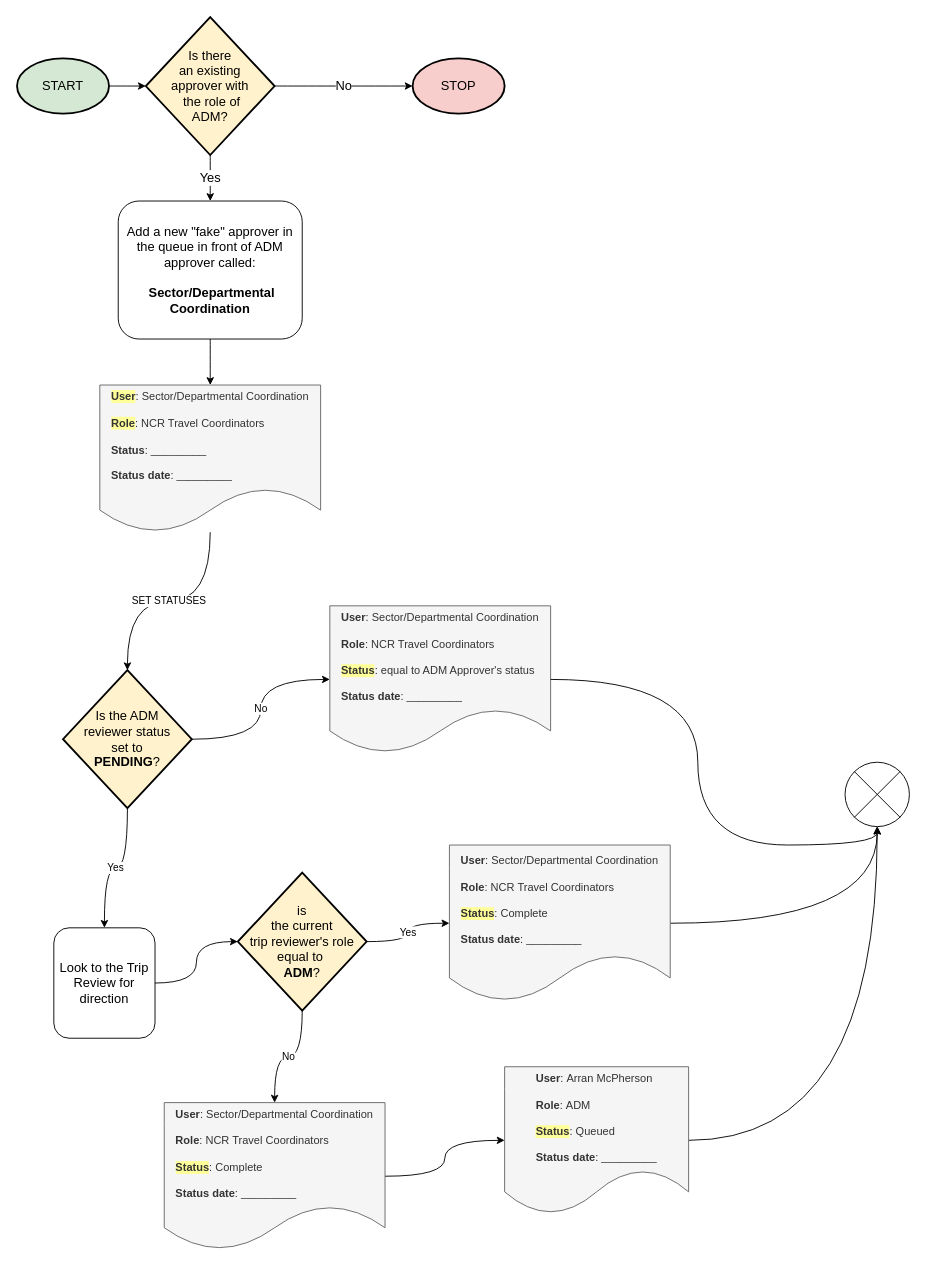
Above: TravelCoordinationApproverInsertionDiagram.drawio in davjfish/diagrams (draw.io), before the change. Source tidied: cells renumbered, new cells numbered last; positions are measured from the earlier drawing's top-left corner, leaving out a move shared by most shapes. Both pictures are drawn from the tidied source at 92%, with x=0, y=0 at pixel (17, 17).
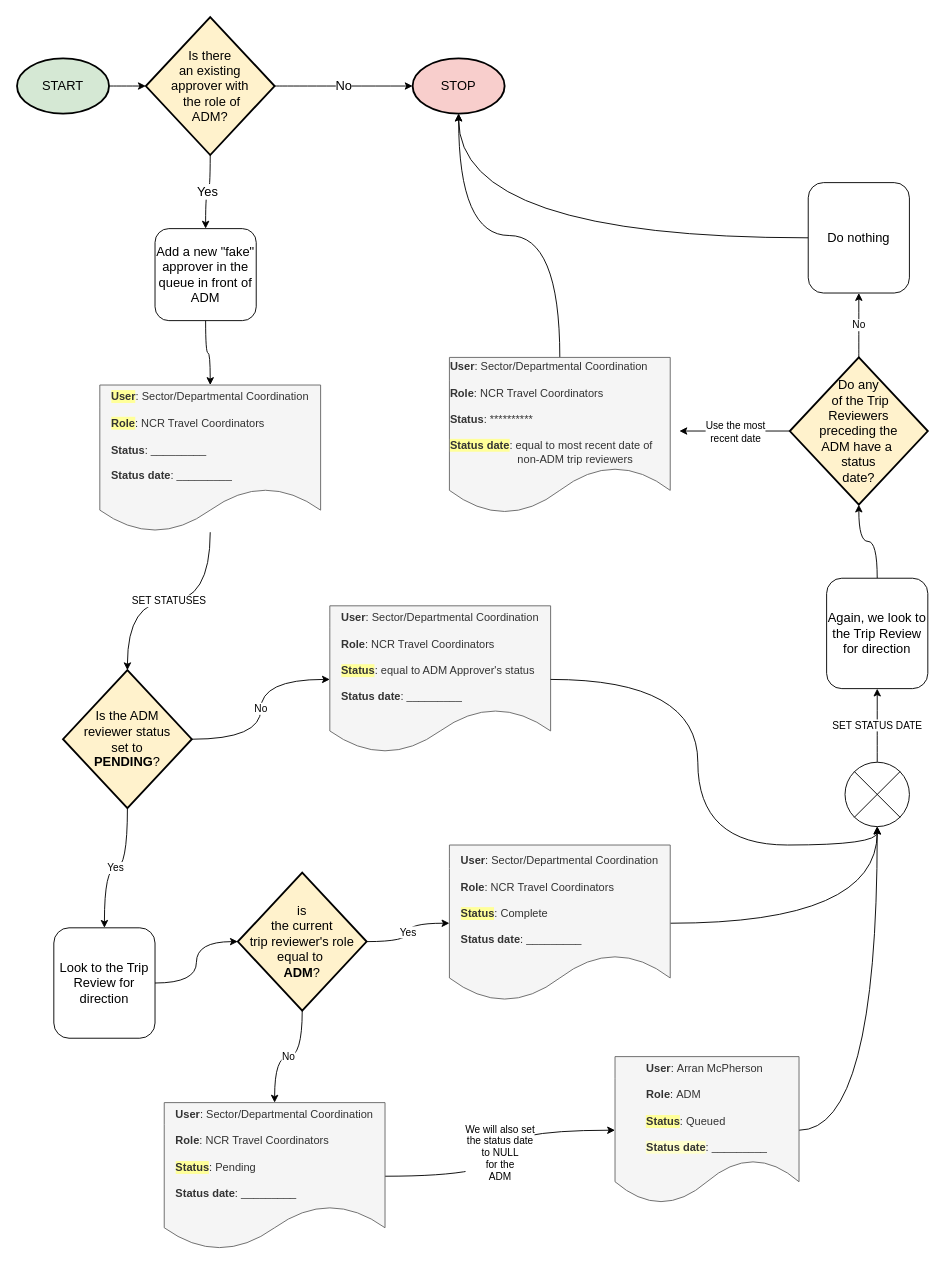
The same diagram, later.

The change refers to these unchanged cells:
```xml
<mxCell id="7" value="STOP" style="strokeWidth=2;html=1;shape=mxgraph.flowchart.start_1;whiteSpace=wrap;fontSize=14;fillColor=#F8CECC;" parent="1" vertex="1">
  <mxGeometry x="430" y="45" width="100" height="60" as="geometry" />
</mxCell>
<mxCell id="27" style="verticalLabelPosition=bottom;verticalAlign=top;html=1;shape=mxgraph.flowchart.or;" parent="1" vertex="1">
  <mxGeometry x="900" y="810" width="70" height="70" as="geometry" />
</mxCell>
```

Diff of the diagram source:
```diff
@@
-    <mxCell id="10" value="Add a new &quot;fake&quot; approver in the queue in front of ADM approver called:&lt;br&gt;&lt;br&gt;&amp;nbsp;&lt;b&gt;Sector/Departmental Coordination&lt;/b&gt;" style="rounded=1;whiteSpace=wrap;html=1;fontSize=14;" parent="1" vertex="1">
-      <mxGeometry x="110" y="200" width="200" height="150" as="geometry" />
+    <mxCell id="10" value="Add a new &quot;fake&quot; approver in the queue in front of ADM" style="rounded=1;whiteSpace=wrap;html=1;fontSize=14;" parent="1" vertex="1">
+      <mxGeometry x="150" y="230" width="110" height="100" as="geometry" />
     </mxCell>
@@
-    <mxCell id="23" style="edgeStyle=orthogonalEdgeStyle;rounded=0;jettySize=auto;html=1;curved=1;" parent="1" edge="1" source="24" target="26">
+    <mxCell id="23" value="We will also set &lt;br&gt;the status date &lt;br&gt;to NULL &lt;br&gt;for the &lt;br&gt;ADM" style="edgeStyle=orthogonalEdgeStyle;rounded=0;jettySize=auto;html=1;curved=1;" parent="1" edge="1" source="24" target="26">
       <mxGeometry relative="1" as="geometry" />
     </mxCell>
-    <mxCell id="24" value="&lt;div style=&quot;text-align: left;&quot;&gt;&lt;b style=&quot;background-color: initial;&quot;&gt;User&lt;/b&gt;&lt;span style=&quot;background-color: initial;&quot;&gt;:&amp;nbsp;Sector/Departmental Coordination&lt;/span&gt;&lt;br&gt;&lt;/div&gt;&lt;div style=&quot;text-align: left;&quot;&gt;&lt;br&gt;&lt;/div&gt;&lt;div style=&quot;text-align: left;&quot;&gt;&lt;b&gt;Role&lt;/b&gt;:&amp;nbsp;NCR Travel Coordinators&lt;/div&gt;&lt;div style=&quot;text-align: left;&quot;&gt;&lt;br&gt;&lt;/div&gt;&lt;div style=&quot;text-align: left;&quot;&gt;&lt;b style=&quot;background-color: rgb(255, 255, 153);&quot;&gt;Status&lt;/b&gt;: Complete&lt;/div&gt;&lt;div style=&quot;text-align: left;&quot;&gt;&lt;span style=&quot;background-color: initial;&quot;&gt;&lt;br&gt;&lt;/span&gt;&lt;/div&gt;&lt;div style=&quot;text-align: left;&quot;&gt;&lt;b style=&quot;&quot;&gt;Status date&lt;/b&gt;: _________&lt;span style=&quot;background-color: initial;&quot;&gt;&lt;br&gt;&lt;/span&gt;&lt;/div&gt;" style="shape=document;whiteSpace=wrap;html=1;boundedLbl=1;fillColor=#f5f5f5;fontColor=#333333;strokeColor=#666666;" parent="1" vertex="1">
+    <mxCell id="24" value="&lt;div style=&quot;text-align: left;&quot;&gt;&lt;b style=&quot;background-color: initial;&quot;&gt;User&lt;/b&gt;&lt;span style=&quot;background-color: initial;&quot;&gt;:&amp;nbsp;Sector/Departmental Coordination&lt;/span&gt;&lt;br&gt;&lt;/div&gt;&lt;div style=&quot;text-align: left;&quot;&gt;&lt;br&gt;&lt;/div&gt;&lt;div style=&quot;text-align: left;&quot;&gt;&lt;b&gt;Role&lt;/b&gt;:&amp;nbsp;NCR Travel Coordinators&lt;/div&gt;&lt;div style=&quot;text-align: left;&quot;&gt;&lt;br&gt;&lt;/div&gt;&lt;div style=&quot;text-align: left;&quot;&gt;&lt;b style=&quot;background-color: rgb(255, 255, 153);&quot;&gt;Status&lt;/b&gt;: Pending&lt;/div&gt;&lt;div style=&quot;text-align: left;&quot;&gt;&lt;span style=&quot;background-color: initial;&quot;&gt;&lt;br&gt;&lt;/span&gt;&lt;/div&gt;&lt;div style=&quot;text-align: left;&quot;&gt;&lt;b style=&quot;&quot;&gt;Status date&lt;/b&gt;: _________&lt;span style=&quot;background-color: initial;&quot;&gt;&lt;br&gt;&lt;/span&gt;&lt;/div&gt;" style="shape=document;whiteSpace=wrap;html=1;boundedLbl=1;fillColor=#f5f5f5;fontColor=#333333;strokeColor=#666666;" parent="1" vertex="1">
       <mxGeometry x="160" y="1180" width="240" height="160" as="geometry" />
     </mxCell>
@@
-    <mxCell id="26" value="&lt;div style=&quot;text-align: left;&quot;&gt;&lt;b style=&quot;background-color: initial;&quot;&gt;User&lt;/b&gt;&lt;span style=&quot;background-color: initial;&quot;&gt;:&amp;nbsp;Arran McPherson&lt;/span&gt;&lt;br&gt;&lt;/div&gt;&lt;div style=&quot;text-align: left;&quot;&gt;&lt;br&gt;&lt;/div&gt;&lt;div style=&quot;text-align: left;&quot;&gt;&lt;b&gt;Role&lt;/b&gt;:&amp;nbsp;ADM&lt;/div&gt;&lt;div style=&quot;text-align: left;&quot;&gt;&lt;br&gt;&lt;/div&gt;&lt;div style=&quot;text-align: left;&quot;&gt;&lt;b style=&quot;background-color: rgb(255, 255, 153);&quot;&gt;Status&lt;/b&gt;: Queued&lt;/div&gt;&lt;div style=&quot;text-align: left;&quot;&gt;&lt;span style=&quot;background-color: initial;&quot;&gt;&lt;br&gt;&lt;/span&gt;&lt;/div&gt;&lt;div style=&quot;text-align: left;&quot;&gt;&lt;b style=&quot;&quot;&gt;Status date&lt;/b&gt;: _________&lt;span style=&quot;background-color: initial;&quot;&gt;&lt;br&gt;&lt;/span&gt;&lt;/div&gt;" style="shape=document;whiteSpace=wrap;html=1;boundedLbl=1;fillColor=#f5f5f5;fontColor=#333333;strokeColor=#666666;" parent="1" vertex="1">
-      <mxGeometry x="530" y="1141" width="200" height="160" as="geometry" />
+    <mxCell id="26" value="&lt;div style=&quot;text-align: left;&quot;&gt;&lt;b style=&quot;background-color: initial;&quot;&gt;User&lt;/b&gt;&lt;span style=&quot;background-color: initial;&quot;&gt;:&amp;nbsp;Arran McPherson&lt;/span&gt;&lt;br&gt;&lt;/div&gt;&lt;div style=&quot;text-align: left;&quot;&gt;&lt;br&gt;&lt;/div&gt;&lt;div style=&quot;text-align: left;&quot;&gt;&lt;b&gt;Role&lt;/b&gt;:&amp;nbsp;ADM&lt;/div&gt;&lt;div style=&quot;text-align: left;&quot;&gt;&lt;br&gt;&lt;/div&gt;&lt;div style=&quot;text-align: left;&quot;&gt;&lt;b style=&quot;background-color: rgb(255, 255, 153);&quot;&gt;Status&lt;/b&gt;: Queued&lt;/div&gt;&lt;div style=&quot;text-align: left;&quot;&gt;&lt;span style=&quot;background-color: initial;&quot;&gt;&lt;br&gt;&lt;/span&gt;&lt;/div&gt;&lt;div style=&quot;text-align: left;&quot;&gt;&lt;b style=&quot;background-color: rgb(255, 255, 204);&quot;&gt;Status date&lt;/b&gt;: _________&lt;span style=&quot;background-color: initial;&quot;&gt;&lt;br&gt;&lt;/span&gt;&lt;/div&gt;" style="shape=document;whiteSpace=wrap;html=1;boundedLbl=1;fillColor=#f5f5f5;fontColor=#333333;strokeColor=#666666;" parent="1" vertex="1">
+      <mxGeometry x="650" y="1130" width="200" height="160" as="geometry" />
     </mxCell>
+    <mxCell id="29" value="SET STATUS DATE" style="edgeStyle=orthogonalEdgeStyle;rounded=0;jettySize=auto;html=1;curved=1;" parent="1" edge="1" source="27" target="31">
+      <mxGeometry relative="1" as="geometry" />
+    </mxCell>
@@
+    <mxCell id="30" style="edgeStyle=orthogonalEdgeStyle;rounded=0;jettySize=auto;html=1;curved=1;" parent="1" edge="1" source="31" target="34">
+      <mxGeometry relative="1" as="geometry" />
+    </mxCell>
+    <mxCell id="31" value="Again, we look to the Trip Review for direction" style="rounded=1;whiteSpace=wrap;html=1;fontSize=14;" parent="1" vertex="1">
+      <mxGeometry x="880" y="610" width="110" height="120" as="geometry" />
+    </mxCell>
+    <mxCell id="32" value="No" style="edgeStyle=orthogonalEdgeStyle;rounded=0;jettySize=auto;html=1;curved=1;" parent="1" edge="1" source="34" target="36">
+      <mxGeometry relative="1" as="geometry" />
+    </mxCell>
+    <mxCell id="33" value="Use the most&lt;br&gt;recent date" style="edgeStyle=orthogonalEdgeStyle;rounded=0;jettySize=auto;html=1;curved=1;" parent="1" edge="1" source="34">
+      <mxGeometry relative="1" as="geometry">
+        <mxPoint x="720" y="450" as="targetPoint" />
+      </mxGeometry>
+    </mxCell>
+    <mxCell id="34" value="Do any&lt;br&gt;&amp;nbsp;of the Trip &lt;br&gt;Reviewers &lt;br&gt;preceding the &lt;br&gt;ADM have a&amp;nbsp;&lt;br&gt;status &lt;br&gt;date?" style="rhombus;whiteSpace=wrap;html=1;strokeWidth=2;fontSize=14;fillColor=#FFF2CC;" parent="1" vertex="1">
+      <mxGeometry x="840" y="370" width="150" height="160" as="geometry" />
+    </mxCell>
+    <mxCell id="35" style="edgeStyle=orthogonalEdgeStyle;rounded=0;jettySize=auto;html=1;curved=1;" parent="1" edge="1" source="36" target="7">
+      <mxGeometry relative="1" as="geometry" />
+    </mxCell>
+    <mxCell id="36" value="Do nothing" style="rounded=1;whiteSpace=wrap;html=1;fontSize=14;" parent="1" vertex="1">
+      <mxGeometry x="860" y="180" width="110" height="120" as="geometry" />
+    </mxCell>
+    <mxCell id="37" style="edgeStyle=orthogonalEdgeStyle;rounded=0;jettySize=auto;html=1;curved=1;" parent="1" edge="1" source="38" target="7">
+      <mxGeometry relative="1" as="geometry" />
+    </mxCell>
+    <mxCell id="38" value="&lt;div style=&quot;text-align: left;&quot;&gt;&lt;b style=&quot;background-color: initial;&quot;&gt;User&lt;/b&gt;&lt;span style=&quot;background-color: initial;&quot;&gt;:&amp;nbsp;Sector/Departmental Coordination&lt;/span&gt;&lt;br&gt;&lt;/div&gt;&lt;div style=&quot;text-align: left;&quot;&gt;&lt;br&gt;&lt;/div&gt;&lt;div style=&quot;text-align: left;&quot;&gt;&lt;b&gt;Role&lt;/b&gt;:&amp;nbsp;NCR Travel Coordinators&lt;/div&gt;&lt;div style=&quot;text-align: left;&quot;&gt;&lt;br&gt;&lt;/div&gt;&lt;div style=&quot;text-align: left;&quot;&gt;&lt;b style=&quot;&quot;&gt;Status&lt;/b&gt;: **********&lt;/div&gt;&lt;div style=&quot;text-align: left;&quot;&gt;&lt;span style=&quot;background-color: initial;&quot;&gt;&lt;br&gt;&lt;/span&gt;&lt;/div&gt;&lt;div style=&quot;text-align: left;&quot;&gt;&lt;b style=&quot;background-color: rgb(255, 255, 153);&quot;&gt;Status date&lt;/b&gt;: equal to most recent date of&amp;nbsp; &amp;nbsp; &amp;nbsp; &amp;nbsp; &amp;nbsp; &amp;nbsp; &amp;nbsp; &amp;nbsp; &amp;nbsp; &amp;nbsp; &amp;nbsp; &amp;nbsp; &amp;nbsp; &amp;nbsp; non-ADM trip reviewers&lt;span style=&quot;background-color: initial;&quot;&gt;&lt;br&gt;&lt;/span&gt;&lt;/div&gt;" style="shape=document;whiteSpace=wrap;html=1;boundedLbl=1;fillColor=#f5f5f5;fontColor=#333333;strokeColor=#666666;" parent="1" vertex="1">
+      <mxGeometry x="470" y="370" width="240" height="170" as="geometry" />
+    </mxCell>
```
